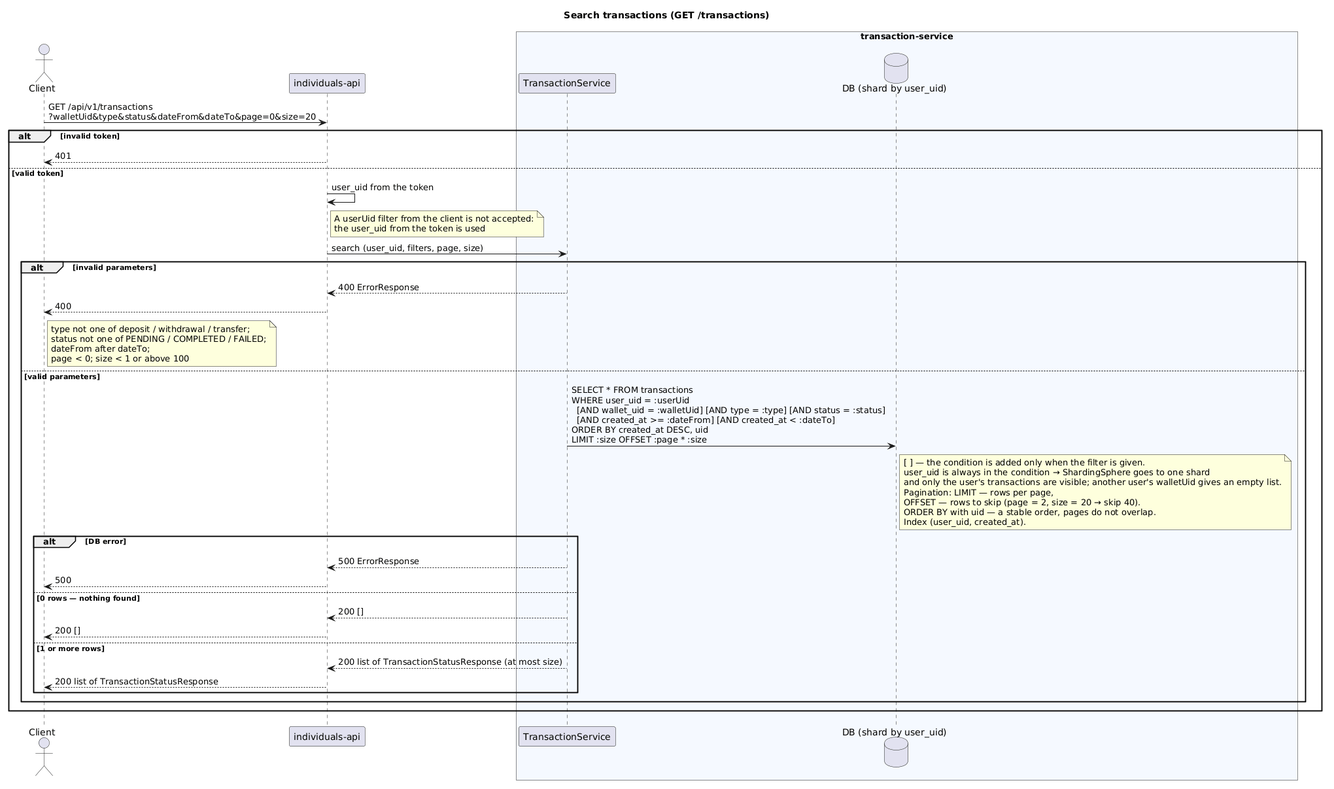
The PlantUML diagram transaction-service/diagrams-c4/png/en/sequence-transactions-search.png in dezxxx/payment-platform, before a commit.
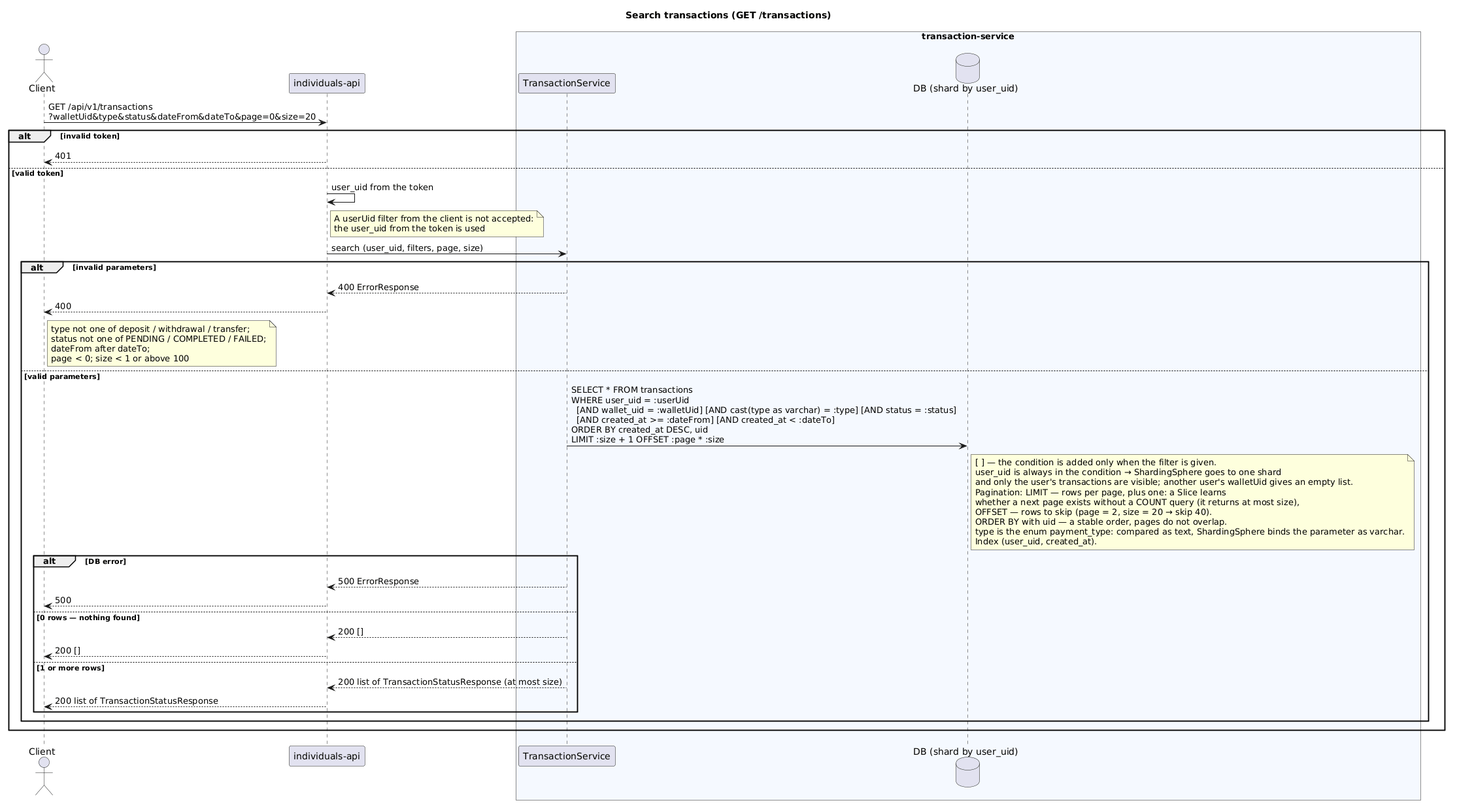
The same diagram one commit later.

Change to the diagram source:
```diff
@@ -28,14 +28,16 @@
           page < 0; size < 1 or above 100
         end note
     else valid parameters
-        TS -> DB: SELECT * FROM transactions\nWHERE user_uid = :userUid\n  [AND wallet_uid = :walletUid] [AND type = :type] [AND status = :status]\n  [AND created_at >= :dateFrom] [AND created_at < :dateTo]\nORDER BY created_at DESC, uid\nLIMIT :size OFFSET :page * :size
+        TS -> DB: SELECT * FROM transactions\nWHERE user_uid = :userUid\n  [AND wallet_uid = :walletUid] [AND cast(type as varchar) = :type] [AND status = :status]\n  [AND created_at >= :dateFrom] [AND created_at < :dateTo]\nORDER BY created_at DESC, uid\nLIMIT :size + 1 OFFSET :page * :size
         note right of DB
           [ ] — the condition is added only when the filter is given.
           user_uid is always in the condition → ShardingSphere goes to one shard
           and only the user's transactions are visible; another user's walletUid gives an empty list.
-          Pagination: LIMIT — rows per page,
+          Pagination: LIMIT — rows per page, plus one: a Slice learns
+          whether a next page exists without a COUNT query (it returns at most size),
           OFFSET — rows to skip (page = 2, size = 20 → skip 40).
           ORDER BY with uid — a stable order, pages do not overlap.
+          type is the enum payment_type: compared as text, ShardingSphere binds the parameter as varchar.
           Index (user_uid, created_at).
         end note
         alt DB error
```
